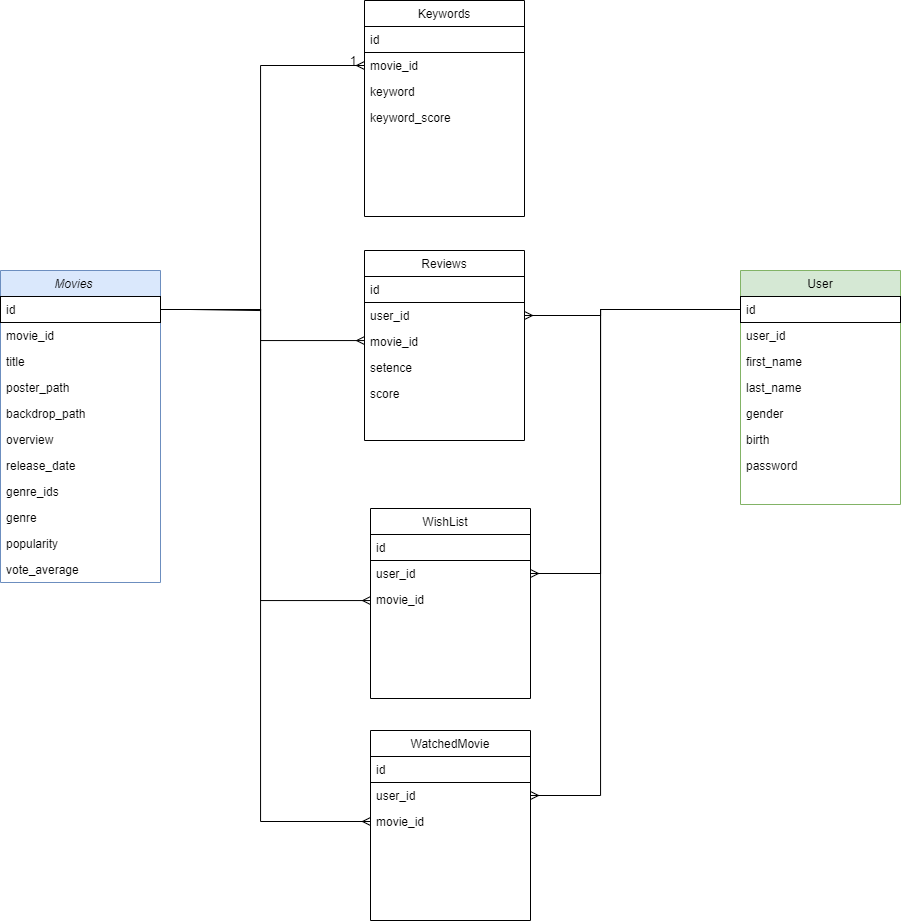
The draw.io diagram 제목 없는 다이어그램.drawio.png in No88888888/HoRyong, before a commit. Source tidied: cells renumbered, new cells last; positions are measured from the earlier drawing's top-left corner, leaving out a move shared by most shapes.
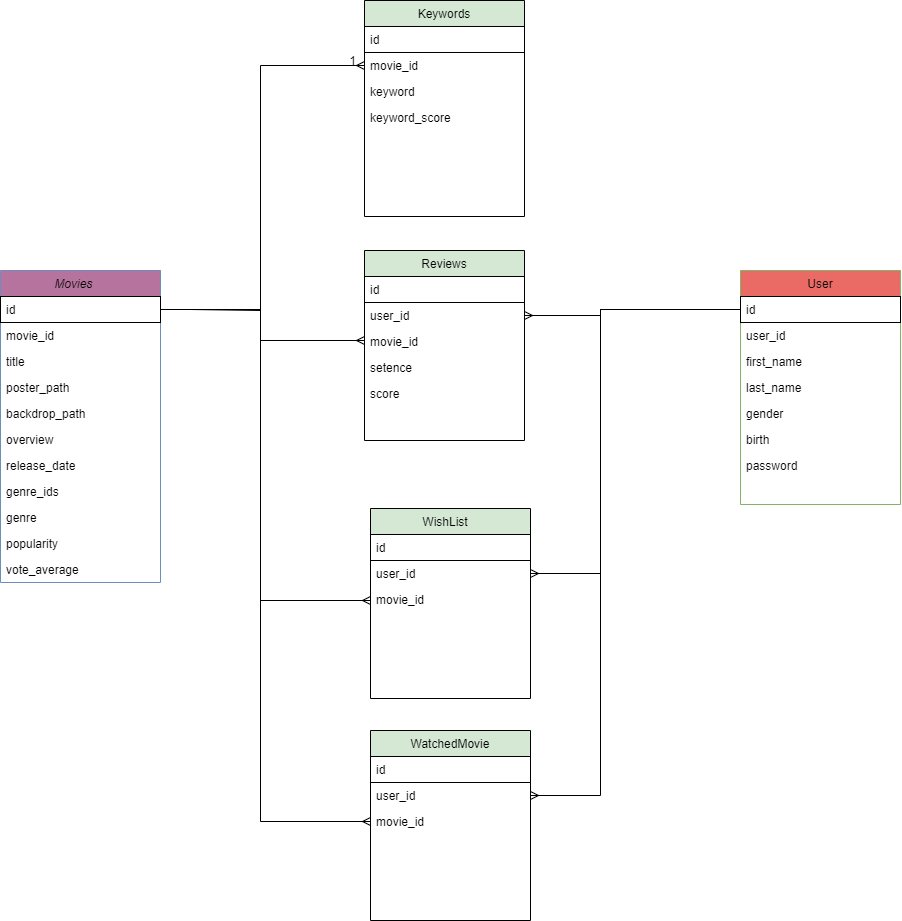
The same file after the commit.

Diff of the diagram source:
```diff
@@ -2,7 +2,7 @@
   <root>
     <mxCell id="0" />
     <mxCell id="1" parent="0" />
-    <mxCell id="2" value="Movies    " style="swimlane;fontStyle=2;align=center;verticalAlign=top;horizontal=1;startSize=26;rounded=0;shadow=0;strokeWidth=1;fillColor=#dae8fc;strokeColor=#6c8ebf;" parent="1" vertex="1">
+    <mxCell id="2" value="Movies    " style="swimlane;fontStyle=2;align=center;verticalAlign=top;horizontal=1;startSize=26;rounded=0;shadow=0;strokeWidth=1;fillColor=#B5739D;strokeColor=#6c8ebf;" parent="1" vertex="1">
       <mxGeometry y="270" width="160" height="312" as="geometry" />
     </mxCell>
     <mxCell id="3" value="id" style="text;align=left;verticalAlign=top;spacingLeft=4;spacingRight=4;overflow=hidden;points=[[0,0.5],[1,0.5]];portConstraint=eastwest;strokeColor=default;" parent="2" vertex="1">
@@ -38,7 +38,7 @@
     <mxCell id="13" value="vote_average" style="text;align=left;verticalAlign=top;spacingLeft=4;spacingRight=4;overflow=hidden;rounded=0;shadow=0;html=0;" parent="2" vertex="1">
       <mxGeometry y="286" width="160" height="26" as="geometry" />
     </mxCell>
-    <mxCell id="14" value="User" style="swimlane;fontStyle=0;align=center;verticalAlign=top;horizontal=1;startSize=26;rounded=0;shadow=0;strokeWidth=1;fillColor=#d5e8d4;strokeColor=#82b366;" parent="1" vertex="1">
+    <mxCell id="14" value="User" style="swimlane;fontStyle=0;align=center;verticalAlign=top;horizontal=1;startSize=26;rounded=0;shadow=0;strokeWidth=1;fillColor=#EA6B66;strokeColor=#82b366;" parent="1" vertex="1">
       <mxGeometry x="740" y="270" width="160" height="234" as="geometry" />
     </mxCell>
     <mxCell id="15" value="id" style="text;align=left;verticalAlign=top;spacingLeft=4;spacingRight=4;overflow=hidden;points=[[0,0.5],[1,0.5]];portConstraint=eastwest;strokeColor=default;" parent="14" vertex="1">
@@ -62,7 +62,7 @@
     <mxCell id="21" value="password" style="text;align=left;verticalAlign=top;spacingLeft=4;spacingRight=4;overflow=hidden;rounded=0;shadow=0;html=0;" parent="14" vertex="1">
       <mxGeometry y="182" width="160" height="26" as="geometry" />
     </mxCell>
-    <mxCell id="22" value="Reviews" style="swimlane;fontStyle=0;align=center;verticalAlign=top;horizontal=1;startSize=26;rounded=0;shadow=0;strokeWidth=1;" parent="1" vertex="1">
+    <mxCell id="22" value="Reviews" style="swimlane;fontStyle=0;align=center;verticalAlign=top;horizontal=1;startSize=26;rounded=0;shadow=0;strokeWidth=1;fillColor=#D5E8D4;" parent="1" vertex="1">
       <mxGeometry x="364" y="250" width="160" height="190" as="geometry" />
     </mxCell>
     <mxCell id="23" value="id" style="text;align=left;verticalAlign=top;spacingLeft=4;spacingRight=4;overflow=hidden;strokeColor=default;" parent="22" vertex="1">
@@ -80,7 +80,7 @@
     <mxCell id="27" value="score" style="text;align=left;verticalAlign=top;spacingLeft=4;spacingRight=4;overflow=hidden;" parent="22" vertex="1">
       <mxGeometry y="130" width="160" height="26" as="geometry" />
     </mxCell>
-    <mxCell id="28" value="Keywords" style="swimlane;fontStyle=0;align=center;verticalAlign=top;horizontal=1;startSize=26;rounded=0;shadow=0;strokeWidth=1;" parent="1" vertex="1">
+    <mxCell id="28" value="Keywords" style="swimlane;fontStyle=0;align=center;verticalAlign=top;horizontal=1;startSize=26;rounded=0;shadow=0;strokeWidth=1;fillColor=#D5E8D4;" parent="1" vertex="1">
       <mxGeometry x="364" width="160" height="216" as="geometry" />
     </mxCell>
     <mxCell id="29" value="id   " style="text;align=left;verticalAlign=top;spacingLeft=4;spacingRight=4;overflow=hidden;strokeColor=default;" parent="28" vertex="1">
@@ -110,7 +110,7 @@
         <mxPoint x="-7" y="4" as="offset" />
       </mxGeometry>
     </mxCell>
-    <mxCell id="35" value="WishList   " style="swimlane;fontStyle=0;align=center;verticalAlign=top;horizontal=1;startSize=26;rounded=0;shadow=0;strokeWidth=1;" parent="1" vertex="1">
+    <mxCell id="35" value="WishList   " style="swimlane;fontStyle=0;align=center;verticalAlign=top;horizontal=1;startSize=26;rounded=0;shadow=0;strokeWidth=1;fillColor=#D5E8D4;" parent="1" vertex="1">
       <mxGeometry x="370" y="508" width="160" height="190" as="geometry" />
     </mxCell>
     <mxCell id="36" value="id" style="text;align=left;verticalAlign=top;spacingLeft=4;spacingRight=4;overflow=hidden;strokeColor=default;" parent="35" vertex="1">
@@ -154,7 +154,7 @@
         </Array>
       </mxGeometry>
     </mxCell>
-    <mxCell id="43" value="WatchedMovie" style="swimlane;fontStyle=0;align=center;verticalAlign=top;horizontal=1;startSize=26;rounded=0;shadow=0;strokeWidth=1;" parent="1" vertex="1">
+    <mxCell id="43" value="WatchedMovie" style="swimlane;fontStyle=0;align=center;verticalAlign=top;horizontal=1;startSize=26;rounded=0;shadow=0;strokeWidth=1;fillColor=#D5E8D4;" parent="1" vertex="1">
       <mxGeometry x="370" y="730" width="160" height="190" as="geometry" />
     </mxCell>
     <mxCell id="44" value="id" style="text;align=left;verticalAlign=top;spacingLeft=4;spacingRight=4;overflow=hidden;strokeColor=default;" parent="43" vertex="1">
```
